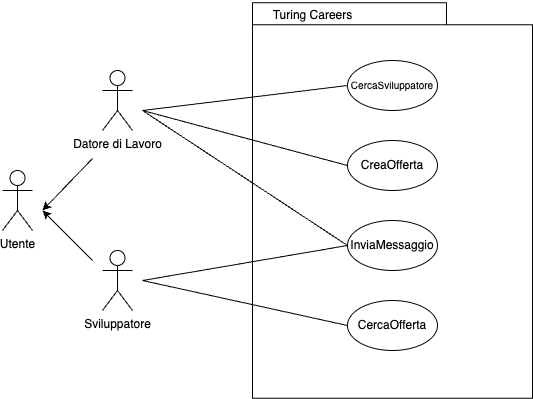
Above: Documentazione/Requirement_Analysis_Document/Use_Case_Diagram/Use_Case_Diagram_0.1.png in JacopoPassariello/TuringCareers (draw.io), before the change. Source tidied: cells renumbered, new cells last; positions are measured from the earlier drawing's top-left corner, leaving out a move shared by most shapes.
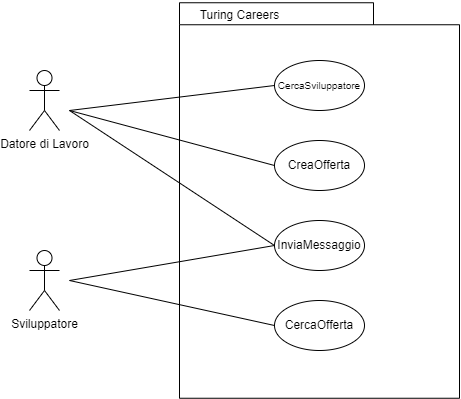
Above is the later version.

What changed in the source:
```diff
@@ -51,20 +51,5 @@
         <mxPoint x="140" y="110" as="sourcePoint" />
       </mxGeometry>
     </mxCell>
-    <mxCell id="15" value="Utente" style="shape=umlActor;verticalLabelPosition=bottom;verticalAlign=top;html=1;" parent="1" vertex="1">
-      <mxGeometry y="170" width="30" height="60" as="geometry" />
-    </mxCell>
-    <mxCell id="16" style="endArrow=none;html=1;rounded=0;endFill=0;startArrow=classic;startFill=1;" parent="1" edge="1">
-      <mxGeometry relative="1" as="geometry">
-        <mxPoint x="40" y="210" as="sourcePoint" />
-        <mxPoint x="90" y="158" as="targetPoint" />
-      </mxGeometry>
-    </mxCell>
-    <mxCell id="17" style="endArrow=none;html=1;rounded=0;endFill=0;startArrow=classic;startFill=1;" parent="1" edge="1">
-      <mxGeometry relative="1" as="geometry">
-        <mxPoint x="40" y="210" as="sourcePoint" />
-        <mxPoint x="90" y="260" as="targetPoint" />
-      </mxGeometry>
-    </mxCell>
   </root>
 </mxGraphModel>
```
